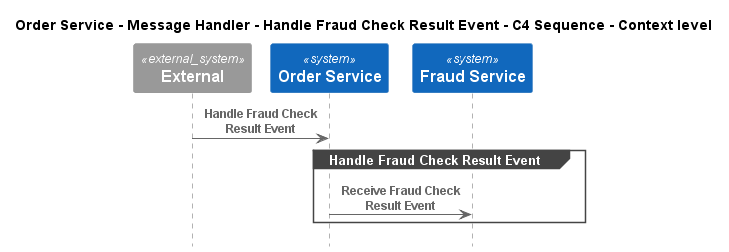
Before: e-commerce-platform/Software Systems/Order Service/Containers/Message Handler/Interfaces/Handle Fraud Check Result Event/Context - C4 Sequence.png, a diagram exported from PlantUML (C4InterFlow/architecture-as-code-samples).
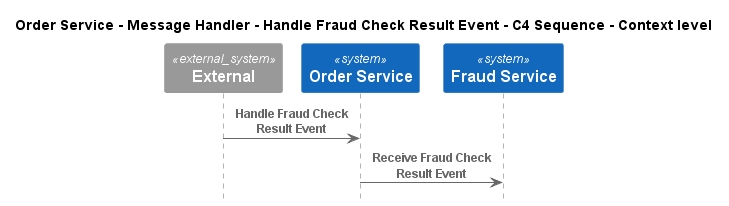
Later version of the same file.

Change to the diagram source:
```diff
@@ -9,9 +9,7 @@
 System(ECommercePlatform.SoftwareSystems.FraudService, "Fraud Service", "")
 
 Rel(C4InterFlow.SoftwareSystems.ExternalSystem, ECommercePlatform.SoftwareSystems.OrderService, "Handle Fraud Check Result Event")
-group Handle Fraud Check Result Event
 Rel(ECommercePlatform.SoftwareSystems.OrderService, ECommercePlatform.SoftwareSystems.FraudService, "Receive Fraud Check Result Event")
-end
 
 
 @enduml
```
